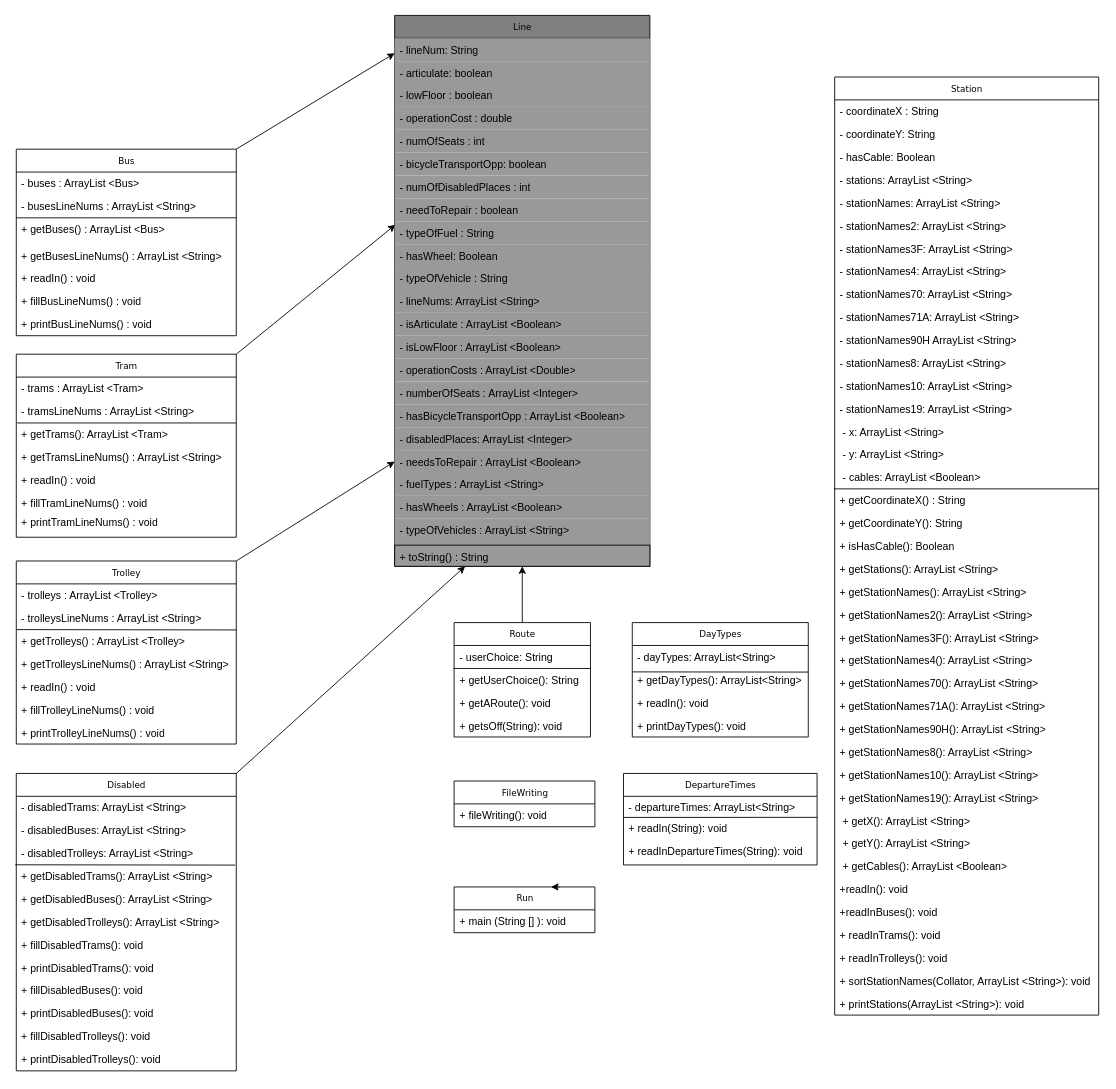
Earlier version of the draw.io diagram UML.drawio (geonoemi/PublicTransport). Source tidied: cells renumbered, new cells numbered last; positions are measured from the earlier drawing's top-left corner, leaving out a move shared by most shapes. Both pictures are drawn from the tidied source at 88%, with x=0, y=0 at pixel (16, 15).
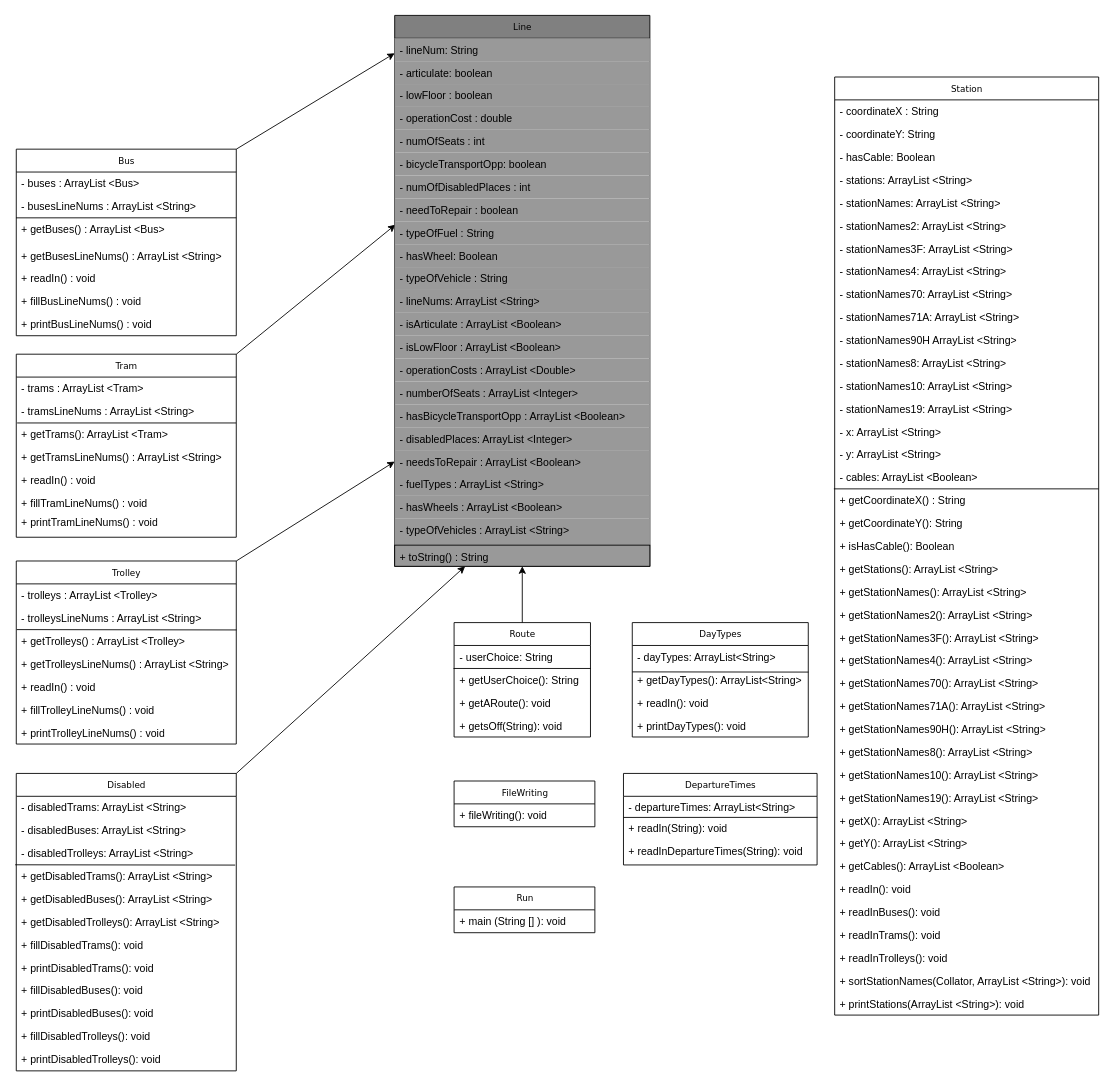
The same diagram, later.

Commit message (it also covers changes not shown here):
UML dev

The change refers to these unchanged cells:
```xml
<mxCell id="92" value="Run" style="swimlane;html=1;fontStyle=0;horizontal=1;startSize=26;fillColor=none;swimlaneFillColor=#ffffff;rounded=0;shadow=0;comic=0;labelBackgroundColor=none;strokeWidth=1;fontFamily=Verdana;fontSize=10;align=center;" parent="1" vertex="1">
  <mxGeometry x="497.5" y="990.4" width="160" height="52" as="geometry" />
</mxCell>
<mxCell id="94" value="Station" style="swimlane;html=1;fontStyle=0;horizontal=1;startSize=26;fillColor=none;swimlaneFillColor=#ffffff;rounded=0;shadow=0;comic=0;labelBackgroundColor=none;strokeWidth=1;fontFamily=Verdana;fontSize=10;align=center;" parent="1" vertex="1">
  <mxGeometry x="930" y="70" width="300" height="1066" as="geometry" />
</mxCell>
```

What changed in the source:
```diff
@@
-    <mxCell id="6" style="edgeStyle=orthogonalEdgeStyle;rounded=0;orthogonalLoop=1;jettySize=auto;html=1;exitX=0.75;exitY=0;exitDx=0;exitDy=0;entryX=0.688;entryY=0.005;entryDx=0;entryDy=0;entryPerimeter=0;" parent="1" edge="1" source="92" target="92">
-      <mxGeometry relative="1" as="geometry" />
-    </mxCell>
@@
-    <mxCell id="109" value="&amp;nbsp;- x: ArrayList &amp;lt;String&amp;gt;" style="text;html=1;strokeColor=none;fillColor=none;align=left;verticalAlign=top;spacingLeft=4;spacingRight=4;whiteSpace=wrap;overflow=hidden;" parent="94" vertex="1">
+    <mxCell id="109" value="- x: ArrayList &amp;lt;String&amp;gt;" style="text;html=1;strokeColor=none;fillColor=none;align=left;verticalAlign=top;spacingLeft=4;spacingRight=4;whiteSpace=wrap;overflow=hidden;" parent="94" vertex="1">
       <mxGeometry y="390" width="300" height="26" as="geometry" />
     </mxCell>
-    <mxCell id="110" value="&amp;nbsp;- y: ArrayList &amp;lt;String&amp;gt;" style="text;html=1;strokeColor=none;fillColor=none;align=left;verticalAlign=top;spacingLeft=4;spacingRight=4;whiteSpace=wrap;overflow=hidden;" parent="94" vertex="1">
+    <mxCell id="110" value="- y: ArrayList &amp;lt;String&amp;gt;" style="text;html=1;strokeColor=none;fillColor=none;align=left;verticalAlign=top;spacingLeft=4;spacingRight=4;whiteSpace=wrap;overflow=hidden;" parent="94" vertex="1">
       <mxGeometry y="416" width="300" height="26" as="geometry" />
     </mxCell>
-    <mxCell id="111" value="&amp;nbsp;- cables: ArrayList &amp;lt;Boolean&amp;gt;" style="text;html=1;strokeColor=none;fillColor=none;align=left;verticalAlign=top;spacingLeft=4;spacingRight=4;whiteSpace=wrap;overflow=hidden;" parent="94" vertex="1">
+    <mxCell id="111" value="- cables: ArrayList &amp;lt;Boolean&amp;gt;" style="text;html=1;strokeColor=none;fillColor=none;align=left;verticalAlign=top;spacingLeft=4;spacingRight=4;whiteSpace=wrap;overflow=hidden;" parent="94" vertex="1">
       <mxGeometry y="442" width="300" height="26" as="geometry" />
     </mxCell>
@@
-    <mxCell id="126" value="&amp;nbsp;+ getX(): ArrayList &amp;lt;String&amp;gt;" style="text;html=1;strokeColor=none;fillColor=none;align=left;verticalAlign=top;spacingLeft=4;spacingRight=4;whiteSpace=wrap;overflow=hidden;" parent="94" vertex="1">
+    <mxCell id="126" value="+ getX(): ArrayList &amp;lt;String&amp;gt;" style="text;html=1;strokeColor=none;fillColor=none;align=left;verticalAlign=top;spacingLeft=4;spacingRight=4;whiteSpace=wrap;overflow=hidden;" parent="94" vertex="1">
       <mxGeometry y="832" width="300" height="26" as="geometry" />
     </mxCell>
-    <mxCell id="127" value="&amp;nbsp;+ getY(): ArrayList &amp;lt;String&amp;gt;" style="text;html=1;strokeColor=none;fillColor=none;align=left;verticalAlign=top;spacingLeft=4;spacingRight=4;whiteSpace=wrap;overflow=hidden;" parent="94" vertex="1">
+    <mxCell id="127" value="+ getY(): ArrayList &amp;lt;String&amp;gt;" style="text;html=1;strokeColor=none;fillColor=none;align=left;verticalAlign=top;spacingLeft=4;spacingRight=4;whiteSpace=wrap;overflow=hidden;" parent="94" vertex="1">
       <mxGeometry y="858" width="300" height="26" as="geometry" />
     </mxCell>
-    <mxCell id="128" value="&amp;nbsp;+ getCables(): ArrayList &amp;lt;Boolean&amp;gt;" style="text;html=1;strokeColor=none;fillColor=none;align=left;verticalAlign=top;spacingLeft=4;spacingRight=4;whiteSpace=wrap;overflow=hidden;" parent="94" vertex="1">
+    <mxCell id="128" value="+ getCables(): ArrayList &amp;lt;Boolean&amp;gt;" style="text;html=1;strokeColor=none;fillColor=none;align=left;verticalAlign=top;spacingLeft=4;spacingRight=4;whiteSpace=wrap;overflow=hidden;" parent="94" vertex="1">
       <mxGeometry y="884" width="300" height="26" as="geometry" />
     </mxCell>
-    <mxCell id="129" value="+readIn(): void" style="text;html=1;strokeColor=none;fillColor=none;align=left;verticalAlign=top;spacingLeft=4;spacingRight=4;whiteSpace=wrap;overflow=hidden;" parent="94" vertex="1">
+    <mxCell id="129" value="+ readIn(): void" style="text;html=1;strokeColor=none;fillColor=none;align=left;verticalAlign=top;spacingLeft=4;spacingRight=4;whiteSpace=wrap;overflow=hidden;" parent="94" vertex="1">
       <mxGeometry y="910" width="300" height="26" as="geometry" />
     </mxCell>
-    <mxCell id="130" value="+readInBuses(): void" style="text;html=1;strokeColor=none;fillColor=none;align=left;verticalAlign=top;spacingLeft=4;spacingRight=4;whiteSpace=wrap;overflow=hidden;" parent="94" vertex="1">
+    <mxCell id="130" value="+ readInBuses(): void" style="text;html=1;strokeColor=none;fillColor=none;align=left;verticalAlign=top;spacingLeft=4;spacingRight=4;whiteSpace=wrap;overflow=hidden;" parent="94" vertex="1">
       <mxGeometry y="936" width="300" height="26" as="geometry" />
     </mxCell>
```
